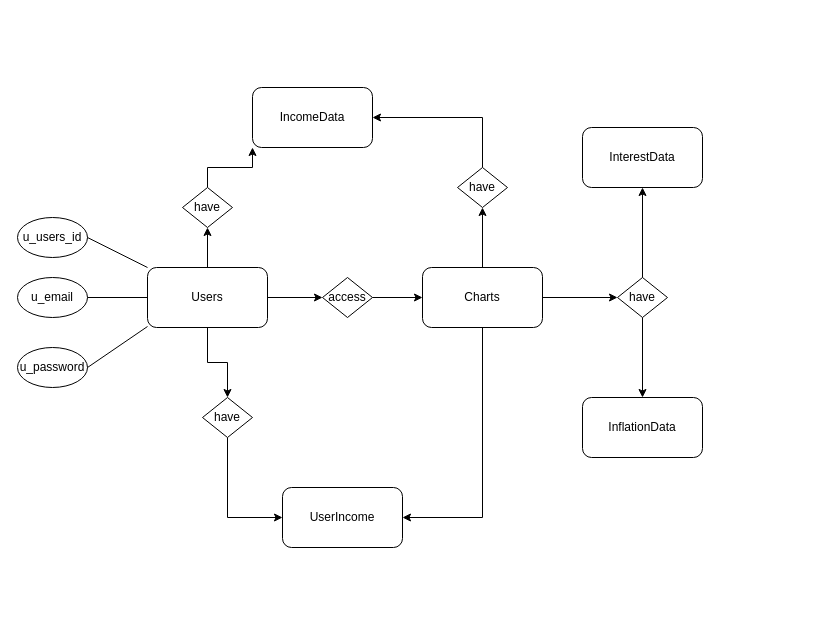
Before: E/R Diagram.drawio in ataflinger/CSE111-Project, a draw.io diagram. Source tidied: cells renumbered, new cells numbered last; positions are measured from the earlier drawing's top-left corner, leaving out a move shared by most shapes. Both pictures are drawn from the tidied source at 100%, with x=0, y=0 at pixel (17, 87).
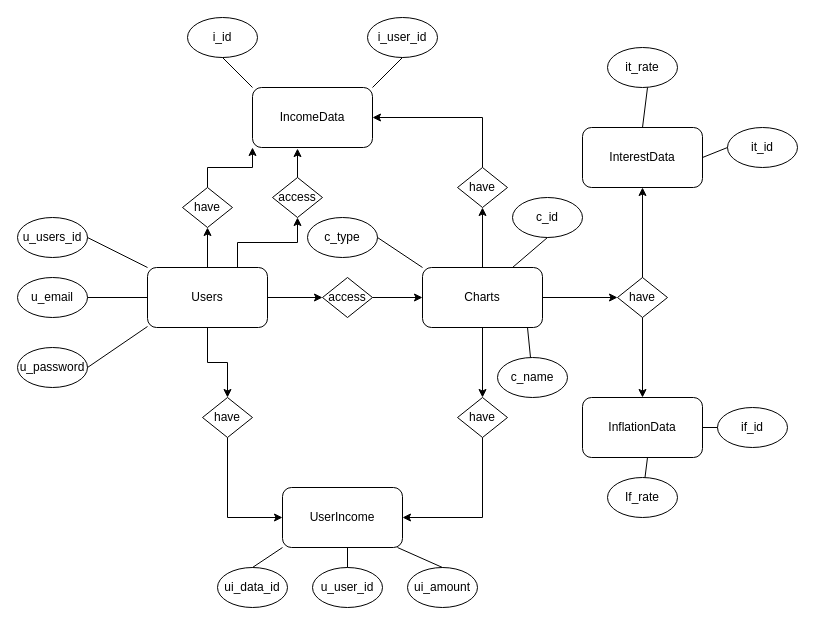
After the change.

Unchanged cells that the change refers to:
```xml
<mxCell id="5" value="Users" style="rounded=1;whiteSpace=wrap;html=1;" parent="1" vertex="1">
  <mxGeometry x="130" y="180" width="120" height="60" as="geometry" />
</mxCell>
<mxCell id="6" value="InflationData" style="rounded=1;whiteSpace=wrap;html=1;" parent="1" vertex="1">
  <mxGeometry x="565" y="310" width="120" height="60" as="geometry" />
</mxCell>
<mxCell id="7" value="InterestData" style="rounded=1;whiteSpace=wrap;html=1;" parent="1" vertex="1">
  <mxGeometry x="565" y="40" width="120" height="60" as="geometry" />
</mxCell>
<mxCell id="8" value="IncomeData" style="rounded=1;whiteSpace=wrap;html=1;" parent="1" vertex="1">
  <mxGeometry x="235" width="120" height="60" as="geometry" />
</mxCell>
<mxCell id="9" value="UserIncome" style="rounded=1;whiteSpace=wrap;html=1;" parent="1" vertex="1">
  <mxGeometry x="265" y="400" width="120" height="60" as="geometry" />
</mxCell>
<mxCell id="13" value="Charts" style="rounded=1;whiteSpace=wrap;html=1;" parent="1" vertex="1">
  <mxGeometry x="405" y="180" width="120" height="60" as="geometry" />
</mxCell>
```

What changed in the source:
```diff
@@
-    <mxCell id="10" style="edgeStyle=orthogonalEdgeStyle;rounded=0;jettySize=auto;html=1;exitX=0.5;exitY=1;exitDx=0;exitDy=0;entryX=1;entryY=0.5;entryDx=0;entryDy=0;" parent="1" edge="1" source="13" target="9">
+    <mxCell id="10" style="edgeStyle=orthogonalEdgeStyle;rounded=0;jettySize=auto;html=1;exitX=0.5;exitY=1;exitDx=0;exitDy=0;entryX=1;entryY=0.5;entryDx=0;entryDy=0;" parent="1" edge="1" source="56" target="9">
       <mxGeometry relative="1" as="geometry" />
     </mxCell>
@@
+    <mxCell id="31" value="c_type" style="ellipse;whiteSpace=wrap;html=1;" parent="1" vertex="1">
+      <mxGeometry x="290" y="130" width="70" height="40" as="geometry" />
+    </mxCell>
+    <mxCell id="32" value="c_id" style="ellipse;whiteSpace=wrap;html=1;" parent="1" vertex="1">
+      <mxGeometry x="495" y="110" width="70" height="40" as="geometry" />
+    </mxCell>
+    <mxCell id="33" value="c_name" style="ellipse;whiteSpace=wrap;html=1;" parent="1" vertex="1">
+      <mxGeometry x="480" y="270" width="70" height="40" as="geometry" />
+    </mxCell>
+    <mxCell id="34" style="endArrow=none;html=1;rounded=0;exitX=0;exitY=0;exitDx=0;exitDy=0;entryX=1;entryY=0.5;entryDx=0;entryDy=0;" parent="1" edge="1" source="13" target="31">
+      <mxGeometry relative="1" as="geometry" />
+    </mxCell>
+    <mxCell id="35" style="endArrow=none;html=1;rounded=0;exitX=0.75;exitY=0;exitDx=0;exitDy=0;entryX=0.5;entryY=1;entryDx=0;entryDy=0;" parent="1" edge="1" source="13" target="32">
+      <mxGeometry relative="1" as="geometry" />
+    </mxCell>
+    <mxCell id="36" style="endArrow=none;html=1;rounded=0;" parent="1" edge="1" source="33">
+      <mxGeometry relative="1" as="geometry">
+        <mxPoint x="510" y="240" as="targetPoint" />
+      </mxGeometry>
+    </mxCell>
+    <mxCell id="37" value="If_rate" style="ellipse;whiteSpace=wrap;html=1;" parent="1" vertex="1">
+      <mxGeometry x="590" y="390" width="70" height="40" as="geometry" />
+    </mxCell>
+    <mxCell id="38" value="it_id" style="ellipse;whiteSpace=wrap;html=1;" parent="1" vertex="1">
+      <mxGeometry x="710" y="40" width="70" height="40" as="geometry" />
+    </mxCell>
+    <mxCell id="39" value="it_rate" style="ellipse;whiteSpace=wrap;html=1;" parent="1" vertex="1">
+      <mxGeometry x="590" y="-40" width="70" height="40" as="geometry" />
+    </mxCell>
+    <mxCell id="40" value="i_id" style="ellipse;whiteSpace=wrap;html=1;" parent="1" vertex="1">
+      <mxGeometry x="170" y="-70" width="70" height="40" as="geometry" />
+    </mxCell>
+    <mxCell id="41" value="if_id" style="ellipse;whiteSpace=wrap;html=1;" parent="1" vertex="1">
+      <mxGeometry x="700" y="320" width="70" height="40" as="geometry" />
+    </mxCell>
+    <mxCell id="42" value="i_user_id" style="ellipse;whiteSpace=wrap;html=1;" parent="1" vertex="1">
+      <mxGeometry x="350" y="-70" width="70" height="40" as="geometry" />
+    </mxCell>
+    <mxCell id="43" style="endArrow=none;html=1;rounded=0;entryX=0.5;entryY=1;entryDx=0;entryDy=0;exitX=1;exitY=0;exitDx=0;exitDy=0;" parent="1" edge="1" source="8" target="42">
+      <mxGeometry relative="1" as="geometry" />
+    </mxCell>
+    <mxCell id="44" style="endArrow=none;html=1;rounded=0;entryX=0.5;entryY=1;entryDx=0;entryDy=0;exitX=0;exitY=0;exitDx=0;exitDy=0;" parent="1" edge="1" source="8">
+      <mxGeometry relative="1" as="geometry">
+        <mxPoint x="205" y="-30" as="targetPoint" />
+      </mxGeometry>
+    </mxCell>
+    <mxCell id="45" value="ui_amount" style="ellipse;whiteSpace=wrap;html=1;" parent="1" vertex="1">
+      <mxGeometry x="390" y="480" width="70" height="40" as="geometry" />
+    </mxCell>
+    <mxCell id="46" value="u_user_id" style="ellipse;whiteSpace=wrap;html=1;" parent="1" vertex="1">
+      <mxGeometry x="295" y="480" width="70" height="40" as="geometry" />
+    </mxCell>
+    <mxCell id="47" value="ui_data_id" style="ellipse;whiteSpace=wrap;html=1;" parent="1" vertex="1">
+      <mxGeometry x="200" y="480" width="70" height="40" as="geometry" />
+    </mxCell>
+    <mxCell id="48" style="endArrow=none;html=1;rounded=0;" parent="1" edge="1" source="37">
+      <mxGeometry relative="1" as="geometry">
+        <mxPoint x="630" y="370" as="targetPoint" />
+      </mxGeometry>
+    </mxCell>
+    <mxCell id="49" style="endArrow=none;html=1;rounded=0;exitX=1;exitY=0.5;exitDx=0;exitDy=0;" parent="1" edge="1" source="6">
+      <mxGeometry relative="1" as="geometry">
+        <mxPoint x="700" y="340" as="targetPoint" />
+      </mxGeometry>
+    </mxCell>
+    <mxCell id="50" style="endArrow=none;html=1;rounded=0;exitX=1;exitY=0.5;exitDx=0;exitDy=0;" parent="1" edge="1" source="7">
+      <mxGeometry relative="1" as="geometry">
+        <mxPoint x="710" y="60" as="targetPoint" />
+      </mxGeometry>
+    </mxCell>
+    <mxCell id="51" style="endArrow=none;html=1;rounded=0;exitX=0.5;exitY=0;exitDx=0;exitDy=0;" parent="1" edge="1" source="7">
+      <mxGeometry relative="1" as="geometry">
+        <mxPoint x="630" as="targetPoint" />
+      </mxGeometry>
+    </mxCell>
+    <mxCell id="52" style="endArrow=none;html=1;rounded=0;exitX=0.5;exitY=0;exitDx=0;exitDy=0;" parent="1" edge="1" source="45">
+      <mxGeometry relative="1" as="geometry">
+        <mxPoint x="380" y="460" as="targetPoint" />
+      </mxGeometry>
+    </mxCell>
+    <mxCell id="53" style="endArrow=none;html=1;rounded=0;exitX=0.5;exitY=0;exitDx=0;exitDy=0;" parent="1" edge="1" source="46">
+      <mxGeometry relative="1" as="geometry">
+        <mxPoint x="330" y="460" as="targetPoint" />
+      </mxGeometry>
+    </mxCell>
+    <mxCell id="54" style="endArrow=none;html=1;rounded=0;exitX=0.5;exitY=0;exitDx=0;exitDy=0;" parent="1" edge="1" source="47">
+      <mxGeometry relative="1" as="geometry">
+        <mxPoint x="265" y="460" as="targetPoint" />
+      </mxGeometry>
+    </mxCell>
+    <mxCell id="55" style="edgeStyle=orthogonalEdgeStyle;rounded=0;jettySize=auto;html=1;exitX=0.5;exitY=1;exitDx=0;exitDy=0;entryX=0.5;entryY=0;entryDx=0;entryDy=0;" parent="1" edge="1" source="13" target="56">
+      <mxGeometry relative="1" as="geometry" />
+    </mxCell>
+    <mxCell id="56" value="have" style="rhombus;whiteSpace=wrap;html=1;" parent="1" vertex="1">
+      <mxGeometry x="440" y="310" width="50" height="40" as="geometry" />
+    </mxCell>
+    <mxCell id="57" value="access" style="rhombus;whiteSpace=wrap;html=1;" parent="1" vertex="1">
+      <mxGeometry x="255" y="90" width="50" height="40" as="geometry" />
+    </mxCell>
+    <mxCell id="58" style="edgeStyle=orthogonalEdgeStyle;rounded=0;jettySize=auto;html=1;exitX=0.75;exitY=0;exitDx=0;exitDy=0;entryX=0.5;entryY=1;entryDx=0;entryDy=0;" parent="1" edge="1" source="5" target="57">
+      <mxGeometry relative="1" as="geometry" />
+    </mxCell>
+    <mxCell id="59" style="edgeStyle=orthogonalEdgeStyle;rounded=0;jettySize=auto;html=1;exitX=0.5;exitY=0;exitDx=0;exitDy=0;entryX=0.375;entryY=1.017;entryDx=0;entryDy=0;entryPerimeter=0;" parent="1" edge="1" source="57" target="8">
+      <mxGeometry relative="1" as="geometry" />
+    </mxCell>
```
